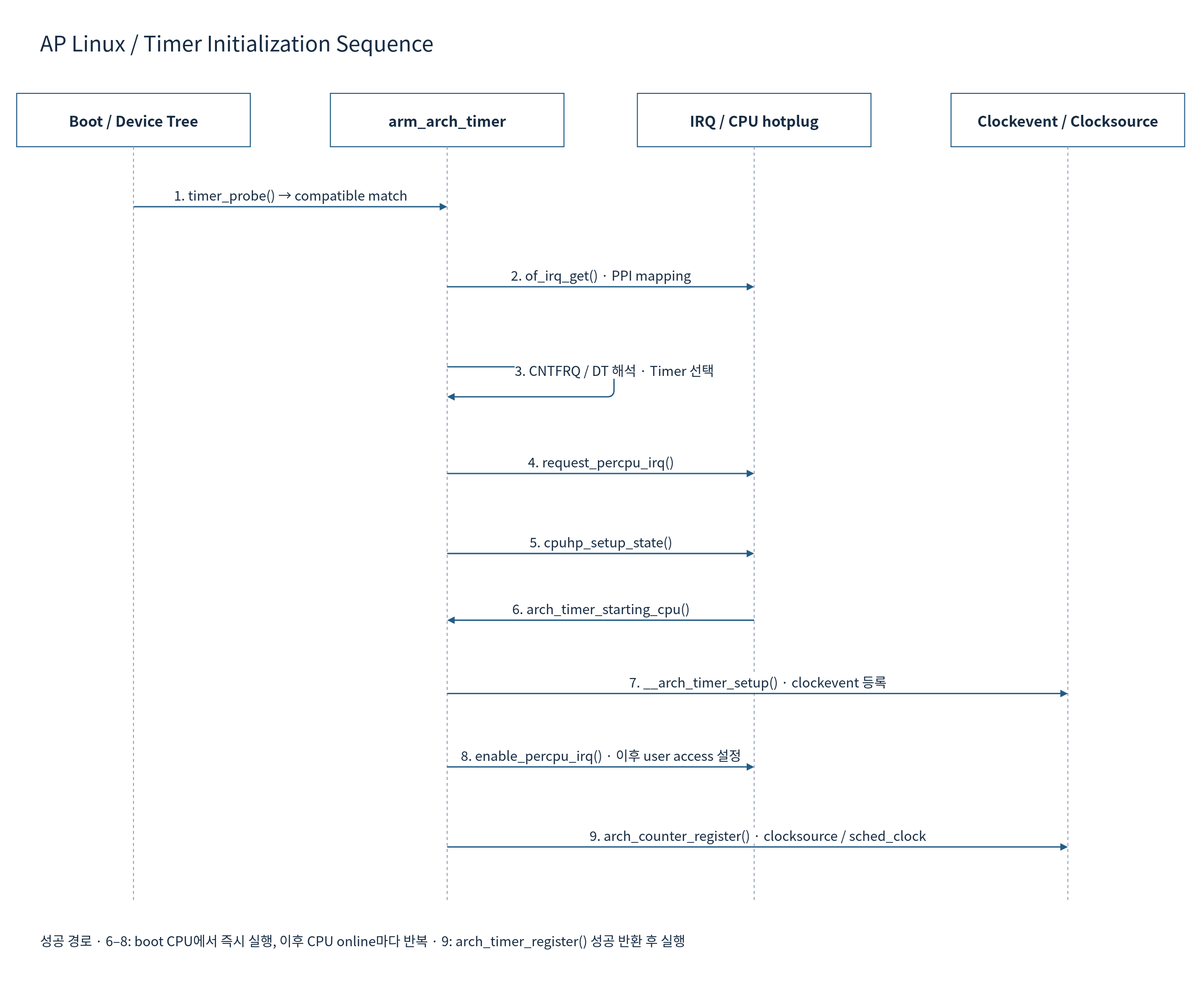
The draw.io diagram doc/phase1/timer/diagrams/08b-linux-init-sequence.drawio.svg in cometzero/project-apollo, before a commit. Source tidied: cells renumbered, new cells last; positions are measured from the earlier drawing's top-left corner, leaving out a move shared by most shapes. The source it was exported from:
```xml
<mxGraphModel background="#FFFFFF">
  <root>
    <mxCell id="0" />
    <mxCell id="1" parent="0" />
    <mxCell id="2" style="rounded=0;whiteSpace=wrap;html=1;fillColor=#FFFFFF;strokeColor=none;strokeWidth=1.5;fontColor=#172C43;fontFamily=Noto Sans CJK KR;fontSize=22;spacing=10;" parent="1" vertex="1">
      <mxGeometry width="1800" height="1470" as="geometry" />
    </mxCell>
    <mxCell id="3" value="AP Linux / Timer Initialization Sequence" style="rounded=0;whiteSpace=wrap;html=1;fillColor=#FFFFFF;strokeColor=none;strokeWidth=1.5;fontColor=#172C43;fontFamily=Noto Sans CJK KR;fontSize=22;spacing=10;fontSize=32;align=left;" parent="1" vertex="1">
      <mxGeometry x="50" y="30" width="1700" height="65" as="geometry" />
    </mxCell>
    <mxCell id="4" value="Boot / Device Tree" style="rounded=0;whiteSpace=wrap;html=1;fillColor=#FFFFFF;strokeColor=#235D86;strokeWidth=1.5;fontColor=#172C43;fontFamily=Noto Sans CJK KR;fontSize=22;spacing=10;fontStyle=1;" parent="1" vertex="1">
      <mxGeometry x="25" y="140" width="350" height="80" as="geometry" />
    </mxCell>
    <mxCell id="5" style="endArrow=none;dashed=1;strokeColor=#94A3B8;strokeWidth=1.5;" parent="1" edge="1">
      <mxGeometry relative="1" as="geometry">
        <mxPoint x="200" y="220" as="sourcePoint" />
        <mxPoint x="200" y="1350" as="targetPoint" />
      </mxGeometry>
    </mxCell>
    <mxCell id="6" value="arm_arch_timer" style="rounded=0;whiteSpace=wrap;html=1;fillColor=#FFFFFF;strokeColor=#235D86;strokeWidth=1.5;fontColor=#172C43;fontFamily=Noto Sans CJK KR;fontSize=22;spacing=10;fontStyle=1;" parent="1" vertex="1">
      <mxGeometry x="495" y="140" width="350" height="80" as="geometry" />
    </mxCell>
    <mxCell id="7" style="endArrow=none;dashed=1;strokeColor=#94A3B8;strokeWidth=1.5;" parent="1" edge="1">
      <mxGeometry relative="1" as="geometry">
        <mxPoint x="670" y="220" as="sourcePoint" />
        <mxPoint x="670" y="1350" as="targetPoint" />
      </mxGeometry>
    </mxCell>
    <mxCell id="8" value="IRQ / CPU hotplug" style="rounded=0;whiteSpace=wrap;html=1;fillColor=#FFFFFF;strokeColor=#235D86;strokeWidth=1.5;fontColor=#172C43;fontFamily=Noto Sans CJK KR;fontSize=22;spacing=10;fontStyle=1;" parent="1" vertex="1">
      <mxGeometry x="955" y="140" width="350" height="80" as="geometry" />
    </mxCell>
    <mxCell id="9" style="endArrow=none;dashed=1;strokeColor=#94A3B8;strokeWidth=1.5;" parent="1" edge="1">
      <mxGeometry relative="1" as="geometry">
        <mxPoint x="1130" y="220" as="sourcePoint" />
        <mxPoint x="1130" y="1350" as="targetPoint" />
      </mxGeometry>
    </mxCell>
    <mxCell id="10" value="Clockevent / Clocksource" style="rounded=0;whiteSpace=wrap;html=1;fillColor=#FFFFFF;strokeColor=#235D86;strokeWidth=1.5;fontColor=#172C43;fontFamily=Noto Sans CJK KR;fontSize=22;spacing=10;fontStyle=1;" parent="1" vertex="1">
      <mxGeometry x="1425" y="140" width="350" height="80" as="geometry" />
    </mxCell>
    <mxCell id="11" style="endArrow=none;dashed=1;strokeColor=#94A3B8;strokeWidth=1.5;" parent="1" edge="1">
      <mxGeometry relative="1" as="geometry">
        <mxPoint x="1600" y="220" as="sourcePoint" />
        <mxPoint x="1600" y="1350" as="targetPoint" />
      </mxGeometry>
    </mxCell>
    <mxCell id="12" value="1. timer_probe() → compatible match" style="edgeStyle=none;html=1;endArrow=block;endFill=1;strokeColor=#235D86;strokeWidth=2;fontColor=#172C43;fontFamily=Noto Sans CJK KR;fontSize=20;labelBackgroundColor=#FFFFFF;" parent="1" edge="1">
      <mxGeometry relative="1" as="geometry">
        <mxPoint x="200" y="310" as="sourcePoint" />
        <mxPoint x="670" y="310" as="targetPoint" />
        <mxPoint y="-18" as="offset" />
      </mxGeometry>
    </mxCell>
    <mxCell id="13" value="2. of_irq_get() · PPI mapping" style="edgeStyle=none;html=1;endArrow=block;endFill=1;strokeColor=#235D86;strokeWidth=2;fontColor=#172C43;fontFamily=Noto Sans CJK KR;fontSize=20;labelBackgroundColor=#FFFFFF;" parent="1" edge="1">
      <mxGeometry relative="1" as="geometry">
        <mxPoint x="670" y="430" as="sourcePoint" />
        <mxPoint x="1130" y="430" as="targetPoint" />
        <mxPoint y="-18" as="offset" />
      </mxGeometry>
    </mxCell>
    <mxCell id="14" value="3. CNTFRQ / DT 해석 · Timer 선택" style="edgeStyle=none;html=1;endArrow=block;endFill=1;strokeColor=#235D86;strokeWidth=2;fontColor=#172C43;fontFamily=Noto Sans CJK KR;fontSize=20;labelBackgroundColor=#FFFFFF;" parent="1" edge="1">
      <mxGeometry relative="1" as="geometry">
        <mxPoint x="670" y="550" as="sourcePoint" />
        <mxPoint x="670" y="595" as="targetPoint" />
        <Array as="points">
          <mxPoint x="920" y="550" />
          <mxPoint x="920" y="595" />
        </Array>
        <mxPoint y="-18" as="offset" />
      </mxGeometry>
    </mxCell>
    <mxCell id="15" value="4. request_percpu_irq()" style="edgeStyle=none;html=1;endArrow=block;endFill=1;strokeColor=#235D86;strokeWidth=2;fontColor=#172C43;fontFamily=Noto Sans CJK KR;fontSize=20;labelBackgroundColor=#FFFFFF;" parent="1" edge="1">
      <mxGeometry relative="1" as="geometry">
        <mxPoint x="670" y="710" as="sourcePoint" />
        <mxPoint x="1130" y="710" as="targetPoint" />
        <mxPoint y="-18" as="offset" />
      </mxGeometry>
    </mxCell>
    <mxCell id="16" value="5. cpuhp_setup_state()" style="edgeStyle=none;html=1;endArrow=block;endFill=1;strokeColor=#235D86;strokeWidth=2;fontColor=#172C43;fontFamily=Noto Sans CJK KR;fontSize=20;labelBackgroundColor=#FFFFFF;" parent="1" edge="1">
      <mxGeometry relative="1" as="geometry">
        <mxPoint x="670" y="830" as="sourcePoint" />
        <mxPoint x="1130" y="830" as="targetPoint" />
        <mxPoint y="-18" as="offset" />
      </mxGeometry>
    </mxCell>
    <mxCell id="17" value="6. arch_timer_starting_cpu()" style="edgeStyle=none;html=1;endArrow=block;endFill=1;strokeColor=#235D86;strokeWidth=2;fontColor=#172C43;fontFamily=Noto Sans CJK KR;fontSize=20;labelBackgroundColor=#FFFFFF;" parent="1" edge="1">
      <mxGeometry relative="1" as="geometry">
        <mxPoint x="1130" y="930" as="sourcePoint" />
        <mxPoint x="670" y="930" as="targetPoint" />
        <mxPoint y="-18" as="offset" />
      </mxGeometry>
    </mxCell>
    <mxCell id="18" value="7. __arch_timer_setup() · clockevent 등록" style="edgeStyle=none;html=1;endArrow=block;endFill=1;strokeColor=#235D86;strokeWidth=2;fontColor=#172C43;fontFamily=Noto Sans CJK KR;fontSize=20;labelBackgroundColor=#FFFFFF;" parent="1" edge="1">
      <mxGeometry relative="1" as="geometry">
        <mxPoint x="670" y="1040" as="sourcePoint" />
        <mxPoint x="1600" y="1040" as="targetPoint" />
        <mxPoint y="-18" as="offset" />
      </mxGeometry>
    </mxCell>
    <mxCell id="19" value="8. enable_percpu_irq() · 이후 user access 설정" style="edgeStyle=none;html=1;endArrow=block;endFill=1;strokeColor=#235D86;strokeWidth=2;fontColor=#172C43;fontFamily=Noto Sans CJK KR;fontSize=20;labelBackgroundColor=#FFFFFF;" parent="1" edge="1">
      <mxGeometry relative="1" as="geometry">
        <mxPoint x="670" y="1150" as="sourcePoint" />
        <mxPoint x="1130" y="1150" as="targetPoint" />
        <mxPoint y="-18" as="offset" />
      </mxGeometry>
    </mxCell>
    <mxCell id="20" value="9. arch_counter_register() · clocksource / sched_clock" style="edgeStyle=none;html=1;endArrow=block;endFill=1;strokeColor=#235D86;strokeWidth=2;fontColor=#172C43;fontFamily=Noto Sans CJK KR;fontSize=20;labelBackgroundColor=#FFFFFF;" parent="1" edge="1">
      <mxGeometry relative="1" as="geometry">
        <mxPoint x="670" y="1270" as="sourcePoint" />
        <mxPoint x="1600" y="1270" as="targetPoint" />
        <mxPoint y="-18" as="offset" />
      </mxGeometry>
    </mxCell>
    <mxCell id="21" value="성공 경로 · 6–8: boot CPU에서 즉시 실행, 이후 CPU online마다 반복 · 9: arch_timer_register() 성공 반환 후 실행" style="rounded=0;whiteSpace=wrap;html=1;fillColor=#FFFFFF;strokeColor=none;strokeWidth=1.5;fontColor=#172C43;fontFamily=Noto Sans CJK KR;fontSize=22;spacing=10;fontSize=20;align=left;" parent="1" vertex="1">
      <mxGeometry x="50" y="1380" width="1700" height="60" as="geometry" />
    </mxCell>
  </root>
</mxGraphModel>
```
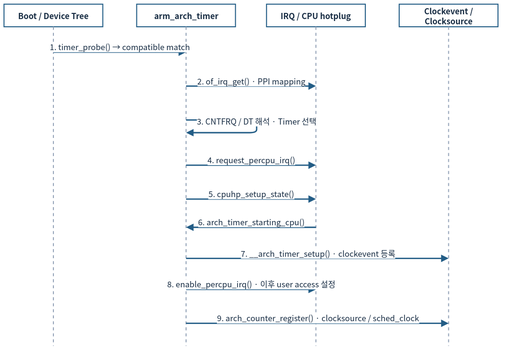
Later version of the same file.

Diff of the diagram source:
```diff
@@ -2,117 +2,108 @@
   <root>
     <mxCell id="0" />
     <mxCell id="1" parent="0" />
-    <mxCell id="2" style="rounded=0;whiteSpace=wrap;html=1;fillColor=#FFFFFF;strokeColor=none;strokeWidth=1.5;fontColor=#172C43;fontFamily=Noto Sans CJK KR;fontSize=22;spacing=10;" parent="1" vertex="1">
-      <mxGeometry width="1800" height="1470" as="geometry" />
-    </mxCell>
-    <mxCell id="3" value="AP Linux / Timer Initialization Sequence" style="rounded=0;whiteSpace=wrap;html=1;fillColor=#FFFFFF;strokeColor=none;strokeWidth=1.5;fontColor=#172C43;fontFamily=Noto Sans CJK KR;fontSize=22;spacing=10;fontSize=32;align=left;" parent="1" vertex="1">
-      <mxGeometry x="50" y="30" width="1700" height="65" as="geometry" />
-    </mxCell>
-    <mxCell id="4" value="Boot / Device Tree" style="rounded=0;whiteSpace=wrap;html=1;fillColor=#FFFFFF;strokeColor=#235D86;strokeWidth=1.5;fontColor=#172C43;fontFamily=Noto Sans CJK KR;fontSize=22;spacing=10;fontStyle=1;" parent="1" vertex="1">
-      <mxGeometry x="25" y="140" width="350" height="80" as="geometry" />
+    <mxCell id="4" value="Boot / Device Tree" style="rounded=0;whiteSpace=wrap;html=1;fillColor=#FFFFFF;strokeColor=#235D86;strokeWidth=1.5;fontColor=#172C43;fontFamily=Noto Sans CJK KR;fontStyle=1;fontSize=12;spacing=3;whiteSpace=wrap;" parent="1" vertex="1">
+      <mxGeometry x="12" y="12" width="148" height="33.8" as="geometry" />
     </mxCell>
-    <mxCell id="5" style="endArrow=none;dashed=1;strokeColor=#94A3B8;strokeWidth=1.5;" parent="1" edge="1">
+    <mxCell id="5" style="endArrow=none;dashed=1;strokeColor=#94A3B8;strokeWidth=1.5;fontSize=12;spacing=3;whiteSpace=nowrap;" parent="1" edge="1">
       <mxGeometry relative="1" as="geometry">
-        <mxPoint x="200" y="220" as="sourcePoint" />
-        <mxPoint x="200" y="1350" as="targetPoint" />
+        <mxPoint x="86" y="45.8" as="sourcePoint" />
+        <mxPoint x="86" y="523.7" as="targetPoint" />
       </mxGeometry>
     </mxCell>
-    <mxCell id="6" value="arm_arch_timer" style="rounded=0;whiteSpace=wrap;html=1;fillColor=#FFFFFF;strokeColor=#235D86;strokeWidth=1.5;fontColor=#172C43;fontFamily=Noto Sans CJK KR;fontSize=22;spacing=10;fontStyle=1;" parent="1" vertex="1">
-      <mxGeometry x="495" y="140" width="350" height="80" as="geometry" />
+    <mxCell id="6" value="arm_arch_timer" style="rounded=0;whiteSpace=wrap;html=1;fillColor=#FFFFFF;strokeColor=#235D86;strokeWidth=1.5;fontColor=#172C43;fontFamily=Noto Sans CJK KR;fontStyle=1;fontSize=12;spacing=3;whiteSpace=wrap;" parent="1" vertex="1">
+      <mxGeometry x="210.7" y="12" width="148" height="33.8" as="geometry" />
     </mxCell>
-    <mxCell id="7" style="endArrow=none;dashed=1;strokeColor=#94A3B8;strokeWidth=1.5;" parent="1" edge="1">
+    <mxCell id="7" style="endArrow=none;dashed=1;strokeColor=#94A3B8;strokeWidth=1.5;fontSize=12;spacing=3;whiteSpace=nowrap;" parent="1" edge="1">
       <mxGeometry relative="1" as="geometry">
-        <mxPoint x="670" y="220" as="sourcePoint" />
-        <mxPoint x="670" y="1350" as="targetPoint" />
+        <mxPoint x="284.7" y="45.8" as="sourcePoint" />
+        <mxPoint x="284.7" y="523.7" as="targetPoint" />
       </mxGeometry>
     </mxCell>
-    <mxCell id="8" value="IRQ / CPU hotplug" style="rounded=0;whiteSpace=wrap;html=1;fillColor=#FFFFFF;strokeColor=#235D86;strokeWidth=1.5;fontColor=#172C43;fontFamily=Noto Sans CJK KR;fontSize=22;spacing=10;fontStyle=1;" parent="1" vertex="1">
-      <mxGeometry x="955" y="140" width="350" height="80" as="geometry" />
+    <mxCell id="8" value="IRQ / CPU hotplug" style="rounded=0;whiteSpace=wrap;html=1;fillColor=#FFFFFF;strokeColor=#235D86;strokeWidth=1.5;fontColor=#172C43;fontFamily=Noto Sans CJK KR;fontStyle=1;fontSize=12;spacing=3;whiteSpace=wrap;" parent="1" vertex="1">
+      <mxGeometry x="405.3" y="12" width="148" height="33.8" as="geometry" />
     </mxCell>
-    <mxCell id="9" style="endArrow=none;dashed=1;strokeColor=#94A3B8;strokeWidth=1.5;" parent="1" edge="1">
+    <mxCell id="9" style="endArrow=none;dashed=1;strokeColor=#94A3B8;strokeWidth=1.5;fontSize=12;spacing=3;whiteSpace=nowrap;" parent="1" edge="1">
       <mxGeometry relative="1" as="geometry">
-        <mxPoint x="1130" y="220" as="sourcePoint" />
-        <mxPoint x="1130" y="1350" as="targetPoint" />
+        <mxPoint x="479.3" y="45.8" as="sourcePoint" />
+        <mxPoint x="479.3" y="523.7" as="targetPoint" />
       </mxGeometry>
     </mxCell>
-    <mxCell id="10" value="Clockevent / Clocksource" style="rounded=0;whiteSpace=wrap;html=1;fillColor=#FFFFFF;strokeColor=#235D86;strokeWidth=1.5;fontColor=#172C43;fontFamily=Noto Sans CJK KR;fontSize=22;spacing=10;fontStyle=1;" parent="1" vertex="1">
-      <mxGeometry x="1425" y="140" width="350" height="80" as="geometry" />
+    <mxCell id="10" value="Clockevent / Clocksource" style="rounded=0;whiteSpace=wrap;html=1;fillColor=#FFFFFF;strokeColor=#235D86;strokeWidth=1.5;fontColor=#172C43;fontFamily=Noto Sans CJK KR;fontStyle=1;fontSize=12;spacing=3;whiteSpace=wrap;" parent="1" vertex="1">
+      <mxGeometry x="604" y="12" width="148" height="33.8" as="geometry" />
     </mxCell>
-    <mxCell id="11" style="endArrow=none;dashed=1;strokeColor=#94A3B8;strokeWidth=1.5;" parent="1" edge="1">
+    <mxCell id="11" style="endArrow=none;dashed=1;strokeColor=#94A3B8;strokeWidth=1.5;fontSize=12;spacing=3;whiteSpace=nowrap;" parent="1" edge="1">
       <mxGeometry relative="1" as="geometry">
-        <mxPoint x="1600" y="220" as="sourcePoint" />
-        <mxPoint x="1600" y="1350" as="targetPoint" />
+        <mxPoint x="678" y="45.8" as="sourcePoint" />
+        <mxPoint x="678" y="523.7" as="targetPoint" />
       </mxGeometry>
     </mxCell>
-    <mxCell id="12" value="1. timer_probe() → compatible match" style="edgeStyle=none;html=1;endArrow=block;endFill=1;strokeColor=#235D86;strokeWidth=2;fontColor=#172C43;fontFamily=Noto Sans CJK KR;fontSize=20;labelBackgroundColor=#FFFFFF;" parent="1" edge="1">
+    <mxCell id="12" value="1. timer_probe() → compatible match" style="edgeStyle=none;html=1;endArrow=block;endFill=1;strokeColor=#235D86;strokeWidth=2;fontColor=#172C43;fontFamily=Noto Sans CJK KR;labelBackgroundColor=#FFFFFF;fontSize=12;spacing=3;whiteSpace=nowrap;" parent="1" edge="1">
       <mxGeometry relative="1" as="geometry">
-        <mxPoint x="200" y="310" as="sourcePoint" />
-        <mxPoint x="670" y="310" as="targetPoint" />
-        <mxPoint y="-18" as="offset" />
+        <mxPoint x="86" y="83.9" as="sourcePoint" />
+        <mxPoint x="284.7" y="83.9" as="targetPoint" />
+        <mxPoint y="-7.6" as="offset" />
       </mxGeometry>
     </mxCell>
-    <mxCell id="13" value="2. of_irq_get() · PPI mapping" style="edgeStyle=none;html=1;endArrow=block;endFill=1;strokeColor=#235D86;strokeWidth=2;fontColor=#172C43;fontFamily=Noto Sans CJK KR;fontSize=20;labelBackgroundColor=#FFFFFF;" parent="1" edge="1">
+    <mxCell id="13" value="2. of_irq_get() · PPI mapping" style="edgeStyle=none;html=1;endArrow=block;endFill=1;strokeColor=#235D86;strokeWidth=2;fontColor=#172C43;fontFamily=Noto Sans CJK KR;labelBackgroundColor=#FFFFFF;fontSize=12;spacing=3;whiteSpace=nowrap;" parent="1" edge="1">
       <mxGeometry relative="1" as="geometry">
-        <mxPoint x="670" y="430" as="sourcePoint" />
-        <mxPoint x="1130" y="430" as="targetPoint" />
-        <mxPoint y="-18" as="offset" />
+        <mxPoint x="284.7" y="134.6" as="sourcePoint" />
+        <mxPoint x="479.3" y="134.6" as="targetPoint" />
+        <mxPoint y="-7.6" as="offset" />
       </mxGeometry>
     </mxCell>
-    <mxCell id="14" value="3. CNTFRQ / DT 해석 · Timer 선택" style="edgeStyle=none;html=1;endArrow=block;endFill=1;strokeColor=#235D86;strokeWidth=2;fontColor=#172C43;fontFamily=Noto Sans CJK KR;fontSize=20;labelBackgroundColor=#FFFFFF;" parent="1" edge="1">
+    <mxCell id="14" value="3. CNTFRQ / DT 해석 · Timer 선택" style="edgeStyle=none;html=1;endArrow=block;endFill=1;strokeColor=#235D86;strokeWidth=2;fontColor=#172C43;fontFamily=Noto Sans CJK KR;labelBackgroundColor=#FFFFFF;fontSize=12;spacing=3;whiteSpace=nowrap;" parent="1" edge="1">
       <mxGeometry relative="1" as="geometry">
-        <mxPoint x="670" y="550" as="sourcePoint" />
-        <mxPoint x="670" y="595" as="targetPoint" />
+        <mxPoint x="284.7" y="185.4" as="sourcePoint" />
+        <mxPoint x="284.7" y="204.4" as="targetPoint" />
         <Array as="points">
-          <mxPoint x="920" y="550" />
-          <mxPoint x="920" y="595" />
+          <mxPoint x="390.5" y="185.4" />
+          <mxPoint x="390.5" y="204.4" />
         </Array>
-        <mxPoint y="-18" as="offset" />
+        <mxPoint y="-7.6" as="offset" />
       </mxGeometry>
     </mxCell>
-    <mxCell id="15" value="4. request_percpu_irq()" style="edgeStyle=none;html=1;endArrow=block;endFill=1;strokeColor=#235D86;strokeWidth=2;fontColor=#172C43;fontFamily=Noto Sans CJK KR;fontSize=20;labelBackgroundColor=#FFFFFF;" parent="1" edge="1">
+    <mxCell id="15" value="4. request_percpu_irq()" style="edgeStyle=none;html=1;endArrow=block;endFill=1;strokeColor=#235D86;strokeWidth=2;fontColor=#172C43;fontFamily=Noto Sans CJK KR;labelBackgroundColor=#FFFFFF;fontSize=12;spacing=3;whiteSpace=nowrap;" parent="1" edge="1">
       <mxGeometry relative="1" as="geometry">
-        <mxPoint x="670" y="710" as="sourcePoint" />
-        <mxPoint x="1130" y="710" as="targetPoint" />
-        <mxPoint y="-18" as="offset" />
+        <mxPoint x="284.7" y="253" as="sourcePoint" />
+        <mxPoint x="479.3" y="253" as="targetPoint" />
+        <mxPoint y="-7.6" as="offset" />
       </mxGeometry>
     </mxCell>
-    <mxCell id="16" value="5. cpuhp_setup_state()" style="edgeStyle=none;html=1;endArrow=block;endFill=1;strokeColor=#235D86;strokeWidth=2;fontColor=#172C43;fontFamily=Noto Sans CJK KR;fontSize=20;labelBackgroundColor=#FFFFFF;" parent="1" edge="1">
+    <mxCell id="16" value="5. cpuhp_setup_state()" style="edgeStyle=none;html=1;endArrow=block;endFill=1;strokeColor=#235D86;strokeWidth=2;fontColor=#172C43;fontFamily=Noto Sans CJK KR;labelBackgroundColor=#FFFFFF;fontSize=12;spacing=3;whiteSpace=nowrap;" parent="1" edge="1">
       <mxGeometry relative="1" as="geometry">
-        <mxPoint x="670" y="830" as="sourcePoint" />
-        <mxPoint x="1130" y="830" as="targetPoint" />
-        <mxPoint y="-18" as="offset" />
+        <mxPoint x="284.7" y="303.8" as="sourcePoint" />
+        <mxPoint x="479.3" y="303.8" as="targetPoint" />
+        <mxPoint y="-7.6" as="offset" />
       </mxGeometry>
     </mxCell>
-    <mxCell id="17" value="6. arch_timer_starting_cpu()" style="edgeStyle=none;html=1;endArrow=block;endFill=1;strokeColor=#235D86;strokeWidth=2;fontColor=#172C43;fontFamily=Noto Sans CJK KR;fontSize=20;labelBackgroundColor=#FFFFFF;" parent="1" edge="1">
+    <mxCell id="17" value="6. arch_timer_starting_cpu()" style="edgeStyle=none;html=1;endArrow=block;endFill=1;strokeColor=#235D86;strokeWidth=2;fontColor=#172C43;fontFamily=Noto Sans CJK KR;labelBackgroundColor=#FFFFFF;fontSize=12;spacing=3;whiteSpace=nowrap;" parent="1" edge="1">
       <mxGeometry relative="1" as="geometry">
-        <mxPoint x="1130" y="930" as="sourcePoint" />
-        <mxPoint x="670" y="930" as="targetPoint" />
-        <mxPoint y="-18" as="offset" />
+        <mxPoint x="479.3" y="346.1" as="sourcePoint" />
+        <mxPoint x="284.7" y="346.1" as="targetPoint" />
+        <mxPoint y="-7.6" as="offset" />
       </mxGeometry>
     </mxCell>
-    <mxCell id="18" value="7. __arch_timer_setup() · clockevent 등록" style="edgeStyle=none;html=1;endArrow=block;endFill=1;strokeColor=#235D86;strokeWidth=2;fontColor=#172C43;fontFamily=Noto Sans CJK KR;fontSize=20;labelBackgroundColor=#FFFFFF;" parent="1" edge="1">
+    <mxCell id="18" value="7. __arch_timer_setup() · clockevent 등록" style="edgeStyle=none;html=1;endArrow=block;endFill=1;strokeColor=#235D86;strokeWidth=2;fontColor=#172C43;fontFamily=Noto Sans CJK KR;labelBackgroundColor=#FFFFFF;fontSize=12;spacing=3;whiteSpace=nowrap;" parent="1" edge="1">
       <mxGeometry relative="1" as="geometry">
-        <mxPoint x="670" y="1040" as="sourcePoint" />
-        <mxPoint x="1600" y="1040" as="targetPoint" />
-        <mxPoint y="-18" as="offset" />
+        <mxPoint x="284.7" y="392.6" as="sourcePoint" />
+        <mxPoint x="678" y="392.6" as="targetPoint" />
+        <mxPoint y="-7.6" as="offset" />
       </mxGeometry>
     </mxCell>
-    <mxCell id="19" value="8. enable_percpu_irq() · 이후 user access 설정" style="edgeStyle=none;html=1;endArrow=block;endFill=1;strokeColor=#235D86;strokeWidth=2;fontColor=#172C43;fontFamily=Noto Sans CJK KR;fontSize=20;labelBackgroundColor=#FFFFFF;" parent="1" edge="1">
+    <mxCell id="19" value="8. enable_percpu_irq() · 이후 user access 설정" style="edgeStyle=none;html=1;endArrow=block;endFill=1;strokeColor=#235D86;strokeWidth=2;fontColor=#172C43;fontFamily=Noto Sans CJK KR;labelBackgroundColor=#FFFFFF;fontSize=12;spacing=3;whiteSpace=nowrap;" parent="1" edge="1">
       <mxGeometry relative="1" as="geometry">
-        <mxPoint x="670" y="1150" as="sourcePoint" />
-        <mxPoint x="1130" y="1150" as="targetPoint" />
-        <mxPoint y="-18" as="offset" />
+        <mxPoint x="284.7" y="439.1" as="sourcePoint" />
+        <mxPoint x="479.3" y="439.1" as="targetPoint" />
+        <mxPoint y="-7.6" as="offset" />
       </mxGeometry>
     </mxCell>
-    <mxCell id="20" value="9. arch_counter_register() · clocksource / sched_clock" style="edgeStyle=none;html=1;endArrow=block;endFill=1;strokeColor=#235D86;strokeWidth=2;fontColor=#172C43;fontFamily=Noto Sans CJK KR;fontSize=20;labelBackgroundColor=#FFFFFF;" parent="1" edge="1">
+    <mxCell id="20" value="9. arch_counter_register() · clocksource / sched_clock" style="edgeStyle=none;html=1;endArrow=block;endFill=1;strokeColor=#235D86;strokeWidth=2;fontColor=#172C43;fontFamily=Noto Sans CJK KR;labelBackgroundColor=#FFFFFF;fontSize=12;spacing=3;whiteSpace=nowrap;" parent="1" edge="1">
       <mxGeometry relative="1" as="geometry">
-        <mxPoint x="670" y="1270" as="sourcePoint" />
-        <mxPoint x="1600" y="1270" as="targetPoint" />
-        <mxPoint y="-18" as="offset" />
+        <mxPoint x="284.7" y="489.8" as="sourcePoint" />
+        <mxPoint x="678" y="489.8" as="targetPoint" />
+        <mxPoint y="-7.6" as="offset" />
       </mxGeometry>
     </mxCell>
-    <mxCell id="21" value="성공 경로 · 6–8: boot CPU에서 즉시 실행, 이후 CPU online마다 반복 · 9: arch_timer_register() 성공 반환 후 실행" style="rounded=0;whiteSpace=wrap;html=1;fillColor=#FFFFFF;strokeColor=none;strokeWidth=1.5;fontColor=#172C43;fontFamily=Noto Sans CJK KR;fontSize=22;spacing=10;fontSize=20;align=left;" parent="1" vertex="1">
-      <mxGeometry x="50" y="1380" width="1700" height="60" as="geometry" />
-    </mxCell>
   </root>
 </mxGraphModel>
```
